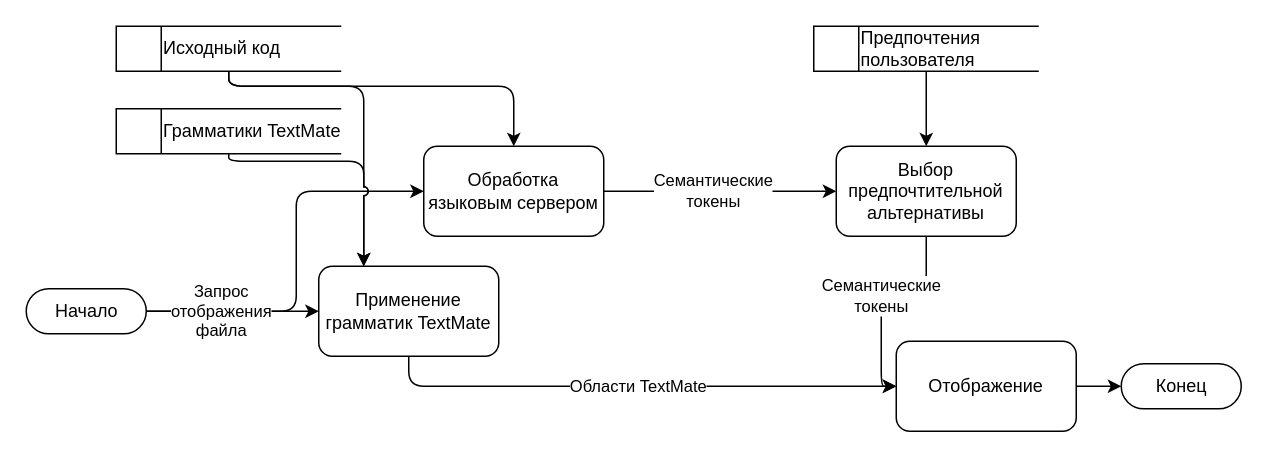
bearpro/domain-specific-syntax-highlitning keeps this draw.io diagram as presentation/diagrams/dfd-to-be.drawio. Above is the earlier version. Source tidied: cells renumbered, new cells numbered last; positions are measured from the earlier drawing's top-left corner, leaving out a move shared by most shapes. Both pictures are drawn from the tidied source at 150%, with x=0, y=0 at pixel (26, 26).
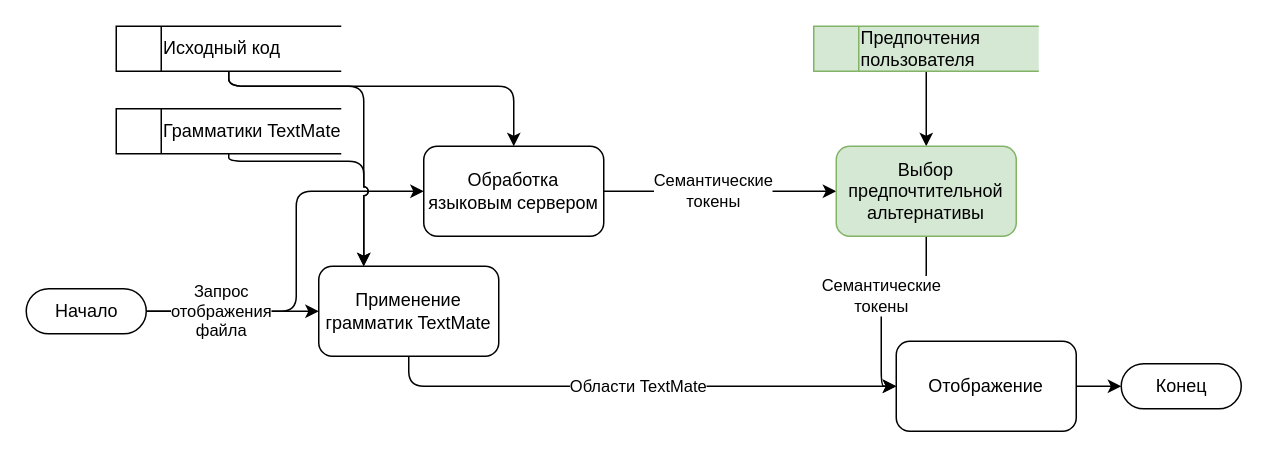
Above is the later version.

The edit, as a diff of the source:
```diff
@@
-    <mxCell id="17" value="&lt;span style=&quot;white-space: pre;&quot;&gt;&#9;&lt;/span&gt;Предпочтения&lt;br&gt;&lt;span style=&quot;white-space: pre;&quot;&gt;&#9;&lt;/span&gt;пользователя" style="html=1;dashed=0;whitespace=wrap;shape=mxgraph.dfd.dataStoreID;align=left;spacingLeft=3;points=[[0,0],[0.5,0],[1,0],[0,0.5],[1,0.5],[0,1],[0.5,1],[1,1]];" parent="1" vertex="1">
+    <mxCell id="17" value="&lt;span style=&quot;white-space: pre;&quot;&gt;&#9;&lt;/span&gt;Предпочтения&lt;br&gt;&lt;span style=&quot;white-space: pre;&quot;&gt;&#9;&lt;/span&gt;пользователя" style="html=1;dashed=0;whitespace=wrap;shape=mxgraph.dfd.dataStoreID;align=left;spacingLeft=3;points=[[0,0],[0.5,0],[1,0],[0,0.5],[1,0.5],[0,1],[0.5,1],[1,1]];fillColor=#d5e8d4;strokeColor=#82b366;" parent="1" vertex="1">
       <mxGeometry x="525" width="150" height="30" as="geometry" />
     </mxCell>
@@
-    <mxCell id="19" value="Выбор предпочтительной альтернативы" style="rounded=1;whiteSpace=wrap;html=1;" parent="1" vertex="1">
+    <mxCell id="19" value="Выбор предпочтительной альтернативы" style="rounded=1;whiteSpace=wrap;html=1;fillColor=#d5e8d4;strokeColor=#82b366;" parent="1" vertex="1">
       <mxGeometry x="540" y="80" width="120" height="60" as="geometry" />
     </mxCell>
```
